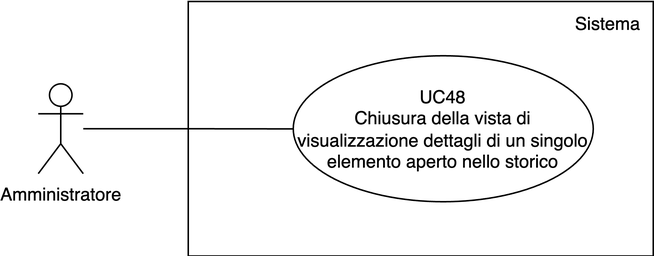
Before: assets/use_cases/UC48.png, a diagram exported from draw.io (SWEatUNIPD/docs). Source tidied: cells renumbered, new cells last; positions are measured from the earlier drawing's top-left corner, leaving out a move shared by most shapes. Its diagram source:
```xml
<mxGraphModel>
  <root>
    <mxCell id="0" />
    <mxCell id="1" parent="0" />
    <mxCell id="2" style="rounded=0;whiteSpace=wrap;html=1;fillColor=none;" parent="1" vertex="1">
      <mxGeometry x="100" y="0.5" width="310" height="170" as="geometry" />
    </mxCell>
    <mxCell id="3" style="edgeStyle=orthogonalEdgeStyle;rounded=0;jettySize=auto;html=1;endArrow=none;endFill=0;" parent="1" edge="1" source="4" target="5">
      <mxGeometry relative="1" as="geometry" />
    </mxCell>
    <mxCell id="4" value="Amministratore" style="shape=umlActor;verticalLabelPosition=bottom;verticalAlign=top;html=1;outlineConnect=0;" parent="1" vertex="1">
      <mxGeometry y="55.5" width="30" height="60" as="geometry" />
    </mxCell>
    <mxCell id="5" value="UC48&lt;div&gt;Chiusura della vista di visualizzazione dettagli di un singolo elemento aperto nello storico&lt;/div&gt;" style="ellipse;whiteSpace=wrap;html=1;fillColor=none;" parent="1" vertex="1">
      <mxGeometry x="170" y="36.8" width="200" height="97.5" as="geometry" />
    </mxCell>
    <mxCell id="6" value="Sistema" style="text;html=1;align=center;verticalAlign=middle;whiteSpace=wrap;rounded=0;" parent="1" vertex="1">
      <mxGeometry x="350" y="0.5" width="60" height="30" as="geometry" />
    </mxCell>
  </root>
</mxGraphModel>
```
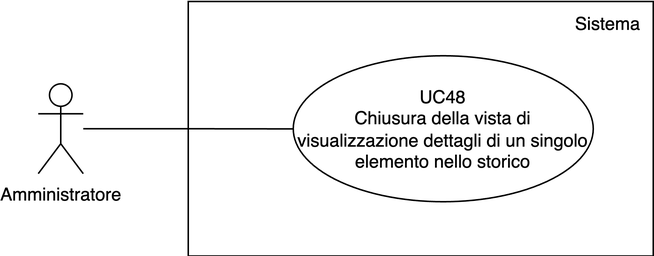
The same diagram one commit later.

Change to the diagram source:
```diff
@@ -11,7 +11,7 @@
     <mxCell id="4" value="Amministratore" style="shape=umlActor;verticalLabelPosition=bottom;verticalAlign=top;html=1;outlineConnect=0;" parent="1" vertex="1">
       <mxGeometry y="55.5" width="30" height="60" as="geometry" />
     </mxCell>
-    <mxCell id="5" value="UC48&lt;div&gt;Chiusura della vista di visualizzazione dettagli di un singolo elemento aperto nello storico&lt;/div&gt;" style="ellipse;whiteSpace=wrap;html=1;fillColor=none;" parent="1" vertex="1">
+    <mxCell id="5" value="UC48&lt;div&gt;Chiusura della vista di visualizzazione dettagli di un singolo elemento nello storico&lt;/div&gt;" style="ellipse;whiteSpace=wrap;html=1;fillColor=none;" parent="1" vertex="1">
       <mxGeometry x="170" y="36.8" width="200" height="97.5" as="geometry" />
     </mxCell>
     <mxCell id="6" value="Sistema" style="text;html=1;align=center;verticalAlign=middle;whiteSpace=wrap;rounded=0;" parent="1" vertex="1">
```
